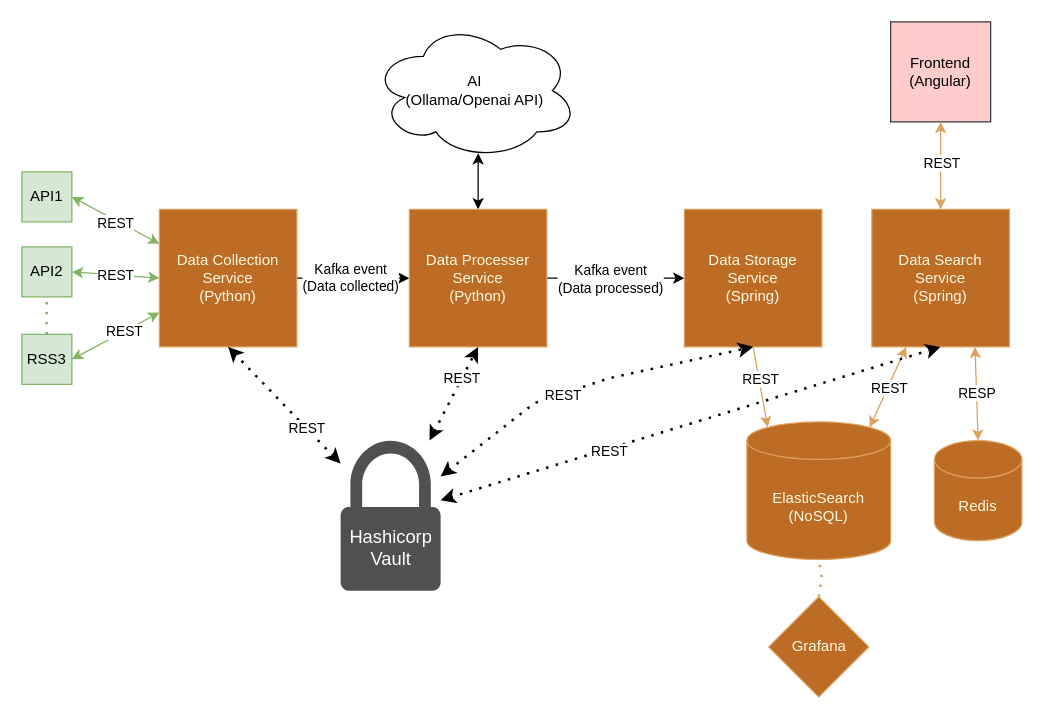
Above: ProjectArchitecture.drawio in CzumperBirds/CzumperSearch (draw.io), before the change. Source tidied: cells renumbered, new cells numbered last; positions are measured from the earlier drawing's top-left corner, leaving out a move shared by most shapes. Both pictures are drawn from the tidied source at 125%, with x=0, y=0 at pixel (21, 21).
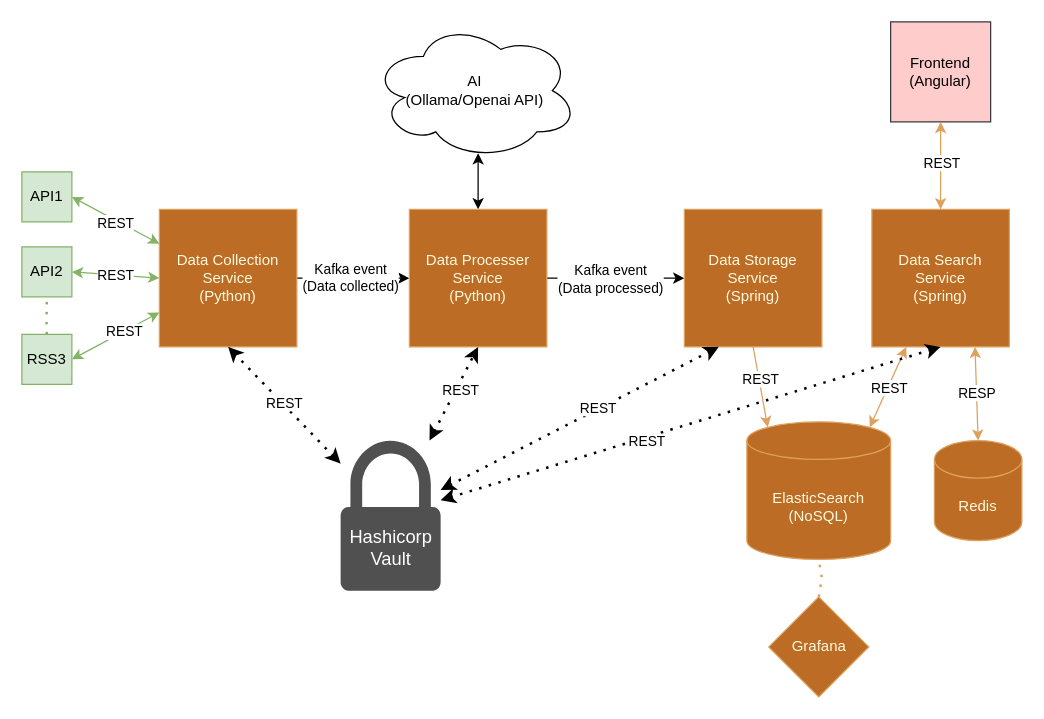
The same diagram, later.

Commit message:
Teraz ładniej

Unchanged cells that the change refers to:
```xml
<mxCell id="20" value="Data Storage&lt;div&gt;Service&lt;/div&gt;&lt;div&gt;(Spring)&lt;/div&gt;" style="whiteSpace=wrap;html=1;strokeColor=#DDA15E;fontColor=#FEFAE0;fillColor=#BC6C25;" parent="1" vertex="1">
  <mxGeometry x="530" y="150" width="110" height="110" as="geometry" />
</mxCell>
<mxCell id="35" style="sketch=0;shadow=0;dashed=0;html=1;strokeColor=none;fillColor=#505050;labelPosition=center;verticalLabelPosition=bottom;verticalAlign=top;outlineConnect=0;align=center;shape=mxgraph.office.security.lock_protected;" parent="34" vertex="1">
  <mxGeometry x="25" width="80" height="120" as="geometry" />
</mxCell>
<mxCell id="37" style="endArrow=classic;dashed=1;html=1;dashPattern=1 3;strokeWidth=2;rounded=0;entryX=0.5;entryY=1;entryDx=0;entryDy=0;startArrow=classic;startFill=1;endFill=1;" parent="1" edge="1" source="35" target="14">
  <mxGeometry relative="1" as="geometry" />
</mxCell>
<mxCell id="39" style="endArrow=classic;dashed=1;html=1;dashPattern=1 3;strokeWidth=2;rounded=0;entryX=0.5;entryY=1;entryDx=0;entryDy=0;startArrow=classic;startFill=1;endFill=1;" parent="1" edge="1" source="35" target="18">
  <mxGeometry relative="1" as="geometry" />
</mxCell>
<mxCell id="43" style="endArrow=classic;dashed=1;html=1;dashPattern=1 3;strokeWidth=2;rounded=0;entryX=0.5;entryY=1;entryDx=0;entryDy=0;startArrow=classic;startFill=1;endFill=1;" parent="1" edge="1" source="35" target="22">
  <mxGeometry relative="1" as="geometry" />
</mxCell>
```

Diff of the diagram source:
```diff
@@
     <mxCell id="38" value="REST" style="edgeLabel;html=1;align=center;verticalAlign=middle;" parent="37" vertex="1">
-      <mxGeometry x="-0.39" relative="1" as="geometry" />
+      <mxGeometry x="-0.39" relative="1" as="geometry">
+        <mxPoint x="-18" y="-20" as="offset" />
+      </mxGeometry>
     </mxCell>
@@
     <mxCell id="40" value="REST" style="edgeLabel;html=1;align=center;verticalAlign=middle;" parent="39" vertex="1">
-      <mxGeometry x="0.32" y="1" relative="1" as="geometry" />
+      <mxGeometry x="0.32" y="1" relative="1" as="geometry">
+        <mxPoint x="-1" y="10" as="offset" />
+      </mxGeometry>
     </mxCell>
-    <mxCell id="41" style="endArrow=classic;dashed=1;html=1;dashPattern=1 3;strokeWidth=2;rounded=0;entryX=0.5;entryY=1;entryDx=0;entryDy=0;startArrow=classic;startFill=1;endFill=1;" parent="1" edge="1" source="35" target="20">
-      <mxGeometry relative="1" as="geometry">
-        <Array as="points">
-          <mxPoint x="410" y="305" />
-          <mxPoint x="470" y="285" />
-        </Array>
-      </mxGeometry>
-    </mxCell>
-    <mxCell id="42" value="REST" style="edgeLabel;html=1;align=center;verticalAlign=middle;" parent="41" vertex="1">
-      <mxGeometry x="-0.14" y="-1" relative="1" as="geometry" />
-    </mxCell>
@@
     <mxCell id="44" value="REST" style="edgeLabel;html=1;align=center;verticalAlign=middle;" parent="43" vertex="1">
-      <mxGeometry x="-0.33" y="-2" relative="1" as="geometry" />
+      <mxGeometry x="-0.33" y="-2" relative="1" as="geometry">
+        <mxPoint x="30" y="-8" as="offset" />
+      </mxGeometry>
     </mxCell>
@@
+    <mxCell id="41" style="endArrow=classic;dashed=1;html=1;dashPattern=1 3;strokeWidth=2;rounded=0;entryX=0.25;entryY=1;entryDx=0;entryDy=0;startArrow=classic;startFill=1;endFill=1;" parent="1" edge="1" source="35" target="20">
+      <mxGeometry relative="1" as="geometry" />
+    </mxCell>
+    <mxCell id="42" value="REST" style="edgeLabel;html=1;align=center;verticalAlign=middle;" parent="41" vertex="1">
+      <mxGeometry x="0.32" y="1" relative="1" as="geometry">
+        <mxPoint x="-21" y="10" as="offset" />
+      </mxGeometry>
+    </mxCell>
```
